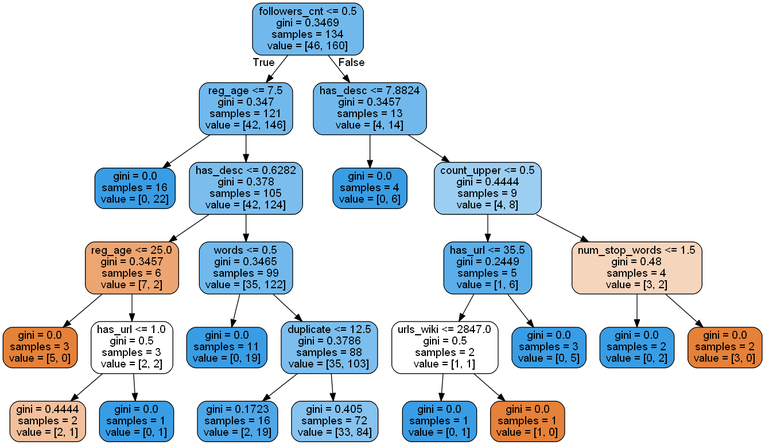
This is Python/twitter_filter/trees/dtree7.png from burningskies42/Twitter_Analytics, a Graphviz export, as it was before one commit. Its source is kept beside it as Python/twitter_filter/trees/dtree7.dot.
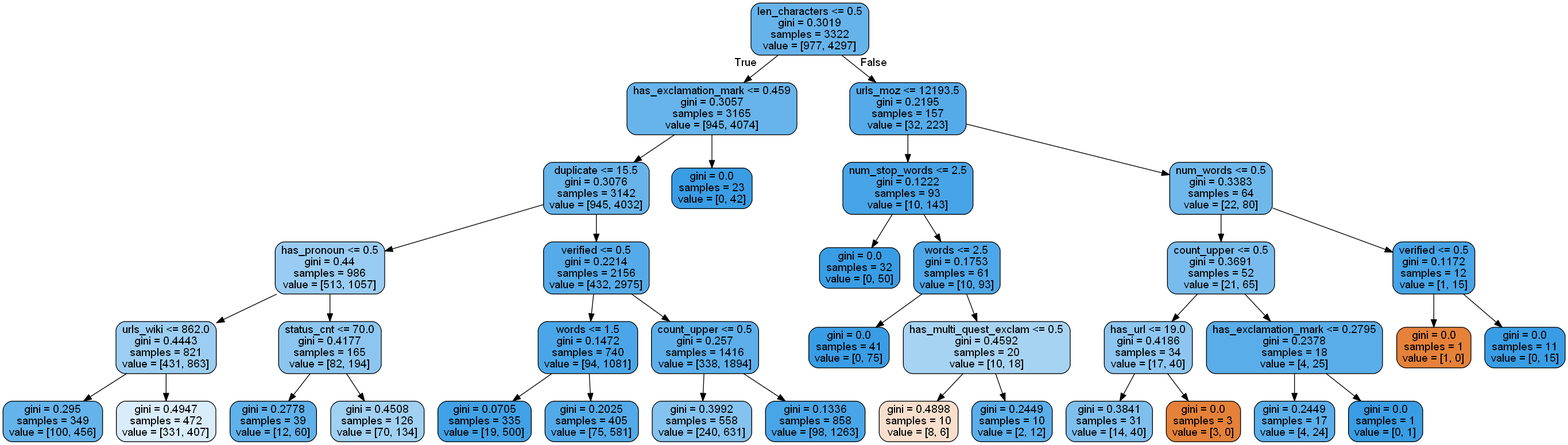
Above is the later version.

Diff of the diagram source:
```diff
@@ -1,53 +1,77 @@
 digraph Tree {
 node [shape=box, style="filled, rounded", color="black", fontname=helvetica] ;
 edge [fontname=helvetica] ;
-0 [label="followers_cnt <= 0.5\ngini = 0.3469\nsamples = 134\nvalue = [46, 160]", fillcolor="#399de5b6"] ;
-1 [label="reg_age <= 7.5\ngini = 0.347\nsamples = 121\nvalue = [42, 146]", fillcolor="#399de5b6"] ;
+0 [label="len_characters <= 0.5\ngini = 0.3019\nsamples = 3322\nvalue = [977, 4297]", fillcolor="#399de5c5"] ;
+1 [label="has_exclamation_mark <= 0.459\ngini = 0.3057\nsamples = 3165\nvalue = [945, 4074]", fillcolor="#399de5c4"] ;
 0 -> 1 [labeldistance=2.5, labelangle=45, headlabel="True"] ;
-2 [label="gini = 0.0\nsamples = 16\nvalue = [0, 22]", fillcolor="#399de5ff"] ;
+2 [label="duplicate <= 15.5\ngini = 0.3076\nsamples = 3142\nvalue = [945, 4032]", fillcolor="#399de5c3"] ;
 1 -> 2 ;
-3 [label="has_desc <= 0.6282\ngini = 0.378\nsamples = 105\nvalue = [42, 124]", fillcolor="#399de5a9"] ;
-1 -> 3 ;
-4 [label="reg_age <= 25.0\ngini = 0.3457\nsamples = 6\nvalue = [7, 2]", fillcolor="#e58139b6"] ;
+3 [label="has_pronoun <= 0.5\ngini = 0.44\nsamples = 986\nvalue = [513, 1057]", fillcolor="#399de583"] ;
+2 -> 3 ;
+4 [label="urls_wiki <= 862.0\ngini = 0.4443\nsamples = 821\nvalue = [431, 863]", fillcolor="#399de580"] ;
 3 -> 4 ;
-5 [label="gini = 0.0\nsamples = 3\nvalue = [5, 0]", fillcolor="#e58139ff"] ;
+5 [label="gini = 0.295\nsamples = 349\nvalue = [100, 456]", fillcolor="#399de5c7"] ;
 4 -> 5 ;
-6 [label="has_url <= 1.0\ngini = 0.5\nsamples = 3\nvalue = [2, 2]", fillcolor="#e5813900"] ;
+6 [label="gini = 0.4947\nsamples = 472\nvalue = [331, 407]", fillcolor="#399de530"] ;
 4 -> 6 ;
-7 [label="gini = 0.4444\nsamples = 2\nvalue = [2, 1]", fillcolor="#e581397f"] ;
-6 -> 7 ;
-8 [label="gini = 0.0\nsamples = 1\nvalue = [0, 1]", fillcolor="#399de5ff"] ;
-6 -> 8 ;
-9 [label="words <= 0.5\ngini = 0.3465\nsamples = 99\nvalue = [35, 122]", fillcolor="#399de5b6"] ;
-3 -> 9 ;
-10 [label="gini = 0.0\nsamples = 11\nvalue = [0, 19]", fillcolor="#399de5ff"] ;
-9 -> 10 ;
-11 [label="duplicate <= 12.5\ngini = 0.3786\nsamples = 88\nvalue = [35, 103]", fillcolor="#399de5a8"] ;
-9 -> 11 ;
-12 [label="gini = 0.1723\nsamples = 16\nvalue = [2, 19]", fillcolor="#399de5e4"] ;
+7 [label="status_cnt <= 70.0\ngini = 0.4177\nsamples = 165\nvalue = [82, 194]", fillcolor="#399de593"] ;
+3 -> 7 ;
+8 [label="gini = 0.2778\nsamples = 39\nvalue = [12, 60]", fillcolor="#399de5cc"] ;
+7 -> 8 ;
+9 [label="gini = 0.4508\nsamples = 126\nvalue = [70, 134]", fillcolor="#399de57a"] ;
+7 -> 9 ;
+10 [label="verified <= 0.5\ngini = 0.2214\nsamples = 2156\nvalue = [432, 2975]", fillcolor="#399de5da"] ;
+2 -> 10 ;
+11 [label="words <= 1.5\ngini = 0.1472\nsamples = 740\nvalue = [94, 1081]", fillcolor="#399de5e9"] ;
+10 -> 11 ;
+12 [label="gini = 0.0705\nsamples = 335\nvalue = [19, 500]", fillcolor="#399de5f5"] ;
 11 -> 12 ;
-13 [label="gini = 0.405\nsamples = 72\nvalue = [33, 84]", fillcolor="#399de59b"] ;
+13 [label="gini = 0.2025\nsamples = 405\nvalue = [75, 581]", fillcolor="#399de5de"] ;
 11 -> 13 ;
-14 [label="has_desc <= 7.8824\ngini = 0.3457\nsamples = 13\nvalue = [4, 14]", fillcolor="#399de5b6"] ;
-0 -> 14 [labeldistance=2.5, labelangle=-45, headlabel="False"] ;
-15 [label="gini = 0.0\nsamples = 4\nvalue = [0, 6]", fillcolor="#399de5ff"] ;
+14 [label="count_upper <= 0.5\ngini = 0.257\nsamples = 1416\nvalue = [338, 1894]", fillcolor="#399de5d1"] ;
+10 -> 14 ;
+15 [label="gini = 0.3992\nsamples = 558\nvalue = [240, 631]", fillcolor="#399de59e"] ;
 14 -> 15 ;
-16 [label="count_upper <= 0.5\ngini = 0.4444\nsamples = 9\nvalue = [4, 8]", fillcolor="#399de57f"] ;
+16 [label="gini = 0.1336\nsamples = 858\nvalue = [98, 1263]", fillcolor="#399de5eb"] ;
 14 -> 16 ;
-17 [label="has_url <= 35.5\ngini = 0.2449\nsamples = 5\nvalue = [1, 6]", fillcolor="#399de5d4"] ;
-16 -> 17 ;
-18 [label="urls_wiki <= 2847.0\ngini = 0.5\nsamples = 2\nvalue = [1, 1]", fillcolor="#e5813900"] ;
-17 -> 18 ;
-19 [label="gini = 0.0\nsamples = 1\nvalue = [0, 1]", fillcolor="#399de5ff"] ;
+17 [label="gini = 0.0\nsamples = 23\nvalue = [0, 42]", fillcolor="#399de5ff"] ;
+1 -> 17 ;
+18 [label="urls_moz <= 12193.5\ngini = 0.2195\nsamples = 157\nvalue = [32, 223]", fillcolor="#399de5da"] ;
+0 -> 18 [labeldistance=2.5, labelangle=-45, headlabel="False"] ;
+19 [label="num_stop_words <= 2.5\ngini = 0.1222\nsamples = 93\nvalue = [10, 143]", fillcolor="#399de5ed"] ;
 18 -> 19 ;
-20 [label="gini = 0.0\nsamples = 1\nvalue = [1, 0]", fillcolor="#e58139ff"] ;
-18 -> 20 ;
-21 [label="gini = 0.0\nsamples = 3\nvalue = [0, 5]", fillcolor="#399de5ff"] ;
-17 -> 21 ;
-22 [label="num_stop_words <= 1.5\ngini = 0.48\nsamples = 4\nvalue = [3, 2]", fillcolor="#e5813955"] ;
-16 -> 22 ;
-23 [label="gini = 0.0\nsamples = 2\nvalue = [0, 2]", fillcolor="#399de5ff"] ;
-22 -> 23 ;
-24 [label="gini = 0.0\nsamples = 2\nvalue = [3, 0]", fillcolor="#e58139ff"] ;
-22 -> 24 ;
+20 [label="gini = 0.0\nsamples = 32\nvalue = [0, 50]", fillcolor="#399de5ff"] ;
+19 -> 20 ;
+21 [label="words <= 2.5\ngini = 0.1753\nsamples = 61\nvalue = [10, 93]", fillcolor="#399de5e4"] ;
+19 -> 21 ;
+22 [label="gini = 0.0\nsamples = 41\nvalue = [0, 75]", fillcolor="#399de5ff"] ;
+21 -> 22 ;
+23 [label="has_multi_quest_exclam <= 0.5\ngini = 0.4592\nsamples = 20\nvalue = [10, 18]", fillcolor="#399de571"] ;
+21 -> 23 ;
+24 [label="gini = 0.4898\nsamples = 10\nvalue = [8, 6]", fillcolor="#e5813940"] ;
+23 -> 24 ;
+25 [label="gini = 0.2449\nsamples = 10\nvalue = [2, 12]", fillcolor="#399de5d4"] ;
+23 -> 25 ;
+26 [label="num_words <= 0.5\ngini = 0.3383\nsamples = 64\nvalue = [22, 80]", fillcolor="#399de5b9"] ;
+18 -> 26 ;
+27 [label="count_upper <= 0.5\ngini = 0.3691\nsamples = 52\nvalue = [21, 65]", fillcolor="#399de5ad"] ;
+26 -> 27 ;
+28 [label="has_url <= 19.0\ngini = 0.4186\nsamples = 34\nvalue = [17, 40]", fillcolor="#399de593"] ;
+27 -> 28 ;
+29 [label="gini = 0.3841\nsamples = 31\nvalue = [14, 40]", fillcolor="#399de5a6"] ;
+28 -> 29 ;
+30 [label="gini = 0.0\nsamples = 3\nvalue = [3, 0]", fillcolor="#e58139ff"] ;
+28 -> 30 ;
+31 [label="has_exclamation_mark <= 0.2795\ngini = 0.2378\nsamples = 18\nvalue = [4, 25]", fillcolor="#399de5d6"] ;
+27 -> 31 ;
+32 [label="gini = 0.2449\nsamples = 17\nvalue = [4, 24]", fillcolor="#399de5d4"] ;
+31 -> 32 ;
+33 [label="gini = 0.0\nsamples = 1\nvalue = [0, 1]", fillcolor="#399de5ff"] ;
+31 -> 33 ;
+34 [label="verified <= 0.5\ngini = 0.1172\nsamples = 12\nvalue = [1, 15]", fillcolor="#399de5ee"] ;
+26 -> 34 ;
+35 [label="gini = 0.0\nsamples = 1\nvalue = [1, 0]", fillcolor="#e58139ff"] ;
+34 -> 35 ;
+36 [label="gini = 0.0\nsamples = 11\nvalue = [0, 15]", fillcolor="#399de5ff"] ;
+34 -> 36 ;
 }
```
